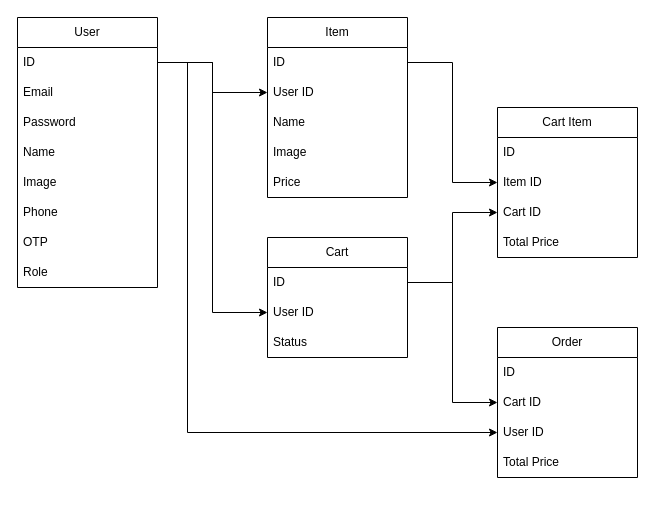
gemm123/qrin-api keeps this draw.io diagram as erd-qrin.drawio. Above is the earlier version. Source tidied: cells renumbered, new cells numbered last; positions are measured from the earlier drawing's top-left corner, leaving out a move shared by most shapes. Both pictures are drawn from the tidied source at 100%, with x=0, y=0 at pixel (17, 17).
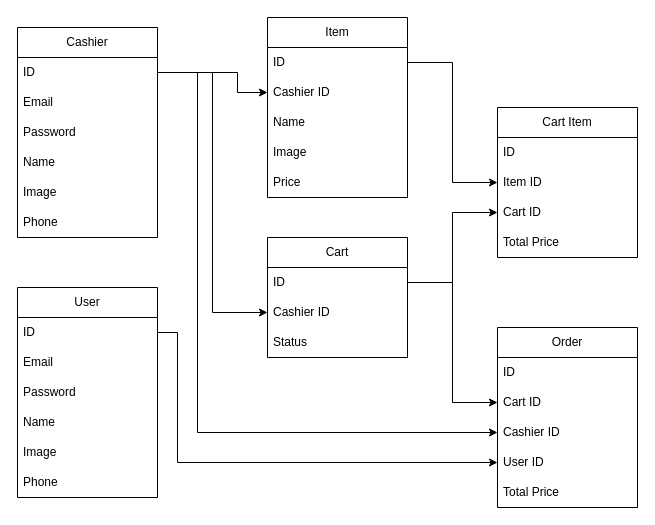
Above is the later version.

The change refers to these unchanged cells:
```xml
<mxCell id="3" value="ID" style="text;strokeColor=none;fillColor=none;align=left;verticalAlign=middle;spacingLeft=4;spacingRight=4;overflow=hidden;points=[[0,0.5],[1,0.5]];portConstraint=eastwest;whiteSpace=wrap;html=1;" parent="2" vertex="1">
  <mxGeometry y="30" width="140" height="30" as="geometry" />
</mxCell>
<mxCell id="11" value="Item" style="swimlane;fontStyle=0;horizontal=1;startSize=30;whiteSpace=wrap;html=1;" parent="1" vertex="1">
  <mxGeometry x="250" width="140" height="180" as="geometry" />
</mxCell>
<mxCell id="23" value="Cart" style="swimlane;fontStyle=0;horizontal=1;startSize=30;whiteSpace=wrap;html=1;" parent="1" vertex="1">
  <mxGeometry x="250" y="220" width="140" height="120" as="geometry" />
</mxCell>
```

The edit, as a diff of the source:
```diff
@@
     <mxCell id="2" value="User" style="swimlane;fontStyle=0;horizontal=1;startSize=30;whiteSpace=wrap;html=1;" parent="1" vertex="1">
-      <mxGeometry width="140" height="270" as="geometry" />
+      <mxGeometry y="270" width="140" height="210" as="geometry" />
     </mxCell>
@@
-    <mxCell id="9" value="OTP" style="text;strokeColor=none;fillColor=none;align=left;verticalAlign=middle;spacingLeft=4;spacingRight=4;overflow=hidden;whiteSpace=wrap;html=1;" parent="2" vertex="1">
-      <mxGeometry y="210" width="140" height="30" as="geometry" />
-    </mxCell>
-    <mxCell id="10" value="Role" style="text;strokeColor=none;fillColor=none;align=left;verticalAlign=middle;spacingLeft=4;spacingRight=4;overflow=hidden;whiteSpace=wrap;html=1;" parent="2" vertex="1">
-      <mxGeometry y="240" width="140" height="30" as="geometry" />
-    </mxCell>
@@
-    <mxCell id="13" value="User ID" style="text;strokeColor=none;fillColor=none;align=left;verticalAlign=middle;spacingLeft=4;spacingRight=4;overflow=hidden;points=[[0,0.5],[1,0.5]];portConstraint=eastwest;whiteSpace=wrap;html=1;" parent="11" vertex="1">
+    <mxCell id="13" value="Cashier ID" style="text;strokeColor=none;fillColor=none;align=left;verticalAlign=middle;spacingLeft=4;spacingRight=4;overflow=hidden;points=[[0,0.5],[1,0.5]];portConstraint=eastwest;whiteSpace=wrap;html=1;" parent="11" vertex="1">
       <mxGeometry y="60" width="140" height="30" as="geometry" />
     </mxCell>
@@
-    <mxCell id="17" style="edgeStyle=orthogonalEdgeStyle;rounded=0;jettySize=auto;html=1;exitX=1;exitY=0.5;exitDx=0;exitDy=0;entryX=0;entryY=0.5;entryDx=0;entryDy=0;" parent="1" edge="1" source="3" target="13">
-      <mxGeometry relative="1" as="geometry" />
+    <mxCell id="17" style="edgeStyle=orthogonalEdgeStyle;rounded=0;jettySize=auto;html=1;exitX=1;exitY=0.5;exitDx=0;exitDy=0;entryX=0;entryY=0.5;entryDx=0;entryDy=0;" parent="1" edge="1" source="39" target="13">
+      <mxGeometry relative="1" as="geometry">
+        <Array as="points">
+          <mxPoint x="220" y="55" />
+          <mxPoint x="220" y="75" />
+        </Array>
+      </mxGeometry>
     </mxCell>
@@
-    <mxCell id="25" value="User ID" style="text;strokeColor=none;fillColor=none;align=left;verticalAlign=middle;spacingLeft=4;spacingRight=4;overflow=hidden;points=[[0,0.5],[1,0.5]];portConstraint=eastwest;whiteSpace=wrap;html=1;" parent="23" vertex="1">
+    <mxCell id="25" value="Cashier ID" style="text;strokeColor=none;fillColor=none;align=left;verticalAlign=middle;spacingLeft=4;spacingRight=4;overflow=hidden;points=[[0,0.5],[1,0.5]];portConstraint=eastwest;whiteSpace=wrap;html=1;" parent="23" vertex="1">
       <mxGeometry y="60" width="140" height="30" as="geometry" />
     </mxCell>
@@
-    <mxCell id="27" style="edgeStyle=orthogonalEdgeStyle;rounded=0;jettySize=auto;html=1;exitX=1;exitY=0.5;exitDx=0;exitDy=0;entryX=0;entryY=0.5;entryDx=0;entryDy=0;" parent="1" edge="1" source="3" target="25">
+    <mxCell id="27" style="edgeStyle=orthogonalEdgeStyle;rounded=0;jettySize=auto;html=1;exitX=1;exitY=0.5;exitDx=0;exitDy=0;entryX=0;entryY=0.5;entryDx=0;entryDy=0;" parent="1" edge="1" source="39" target="25">
       <mxGeometry relative="1" as="geometry" />
     </mxCell>
@@
     <mxCell id="30" value="Order" style="swimlane;fontStyle=0;horizontal=1;startSize=30;whiteSpace=wrap;html=1;" parent="1" vertex="1">
-      <mxGeometry x="480" y="310" width="140" height="150" as="geometry" />
+      <mxGeometry x="480" y="310" width="140" height="180" as="geometry" />
     </mxCell>
@@
+    <mxCell id="37" value="Cashier ID" style="text;strokeColor=none;fillColor=none;align=left;verticalAlign=middle;spacingLeft=4;spacingRight=4;overflow=hidden;points=[[0,0.5],[1,0.5]];portConstraint=eastwest;whiteSpace=wrap;html=1;" parent="30" vertex="1">
+      <mxGeometry y="90" width="140" height="30" as="geometry" />
+    </mxCell>
     <mxCell id="33" value="User ID" style="text;strokeColor=none;fillColor=none;align=left;verticalAlign=middle;spacingLeft=4;spacingRight=4;overflow=hidden;points=[[0,0.5],[1,0.5]];portConstraint=eastwest;whiteSpace=wrap;html=1;" parent="30" vertex="1">
-      <mxGeometry y="90" width="140" height="30" as="geometry" />
+      <mxGeometry y="120" width="140" height="30" as="geometry" />
     </mxCell>
     <mxCell id="34" value="Total Price" style="text;strokeColor=none;fillColor=none;align=left;verticalAlign=middle;spacingLeft=4;spacingRight=4;overflow=hidden;whiteSpace=wrap;html=1;" parent="30" vertex="1">
-      <mxGeometry y="120" width="140" height="30" as="geometry" />
+      <mxGeometry y="150" width="140" height="30" as="geometry" />
     </mxCell>
@@
+    <mxCell id="38" value="Cashier" style="swimlane;fontStyle=0;horizontal=1;startSize=30;whiteSpace=wrap;html=1;" parent="1" vertex="1">
+      <mxGeometry y="10" width="140" height="210" as="geometry" />
+    </mxCell>
+    <mxCell id="39" value="ID" style="text;strokeColor=none;fillColor=none;align=left;verticalAlign=middle;spacingLeft=4;spacingRight=4;overflow=hidden;points=[[0,0.5],[1,0.5]];portConstraint=eastwest;whiteSpace=wrap;html=1;" parent="38" vertex="1">
+      <mxGeometry y="30" width="140" height="30" as="geometry" />
+    </mxCell>
+    <mxCell id="40" value="Email" style="text;strokeColor=none;fillColor=none;align=left;verticalAlign=middle;spacingLeft=4;spacingRight=4;overflow=hidden;whiteSpace=wrap;html=1;" parent="38" vertex="1">
+      <mxGeometry y="60" width="140" height="30" as="geometry" />
+    </mxCell>
+    <mxCell id="41" value="Password" style="text;strokeColor=none;fillColor=none;align=left;verticalAlign=middle;spacingLeft=4;spacingRight=4;overflow=hidden;whiteSpace=wrap;html=1;" parent="38" vertex="1">
+      <mxGeometry y="90" width="140" height="30" as="geometry" />
+    </mxCell>
+    <mxCell id="42" value="Name" style="text;strokeColor=none;fillColor=none;align=left;verticalAlign=middle;spacingLeft=4;spacingRight=4;overflow=hidden;whiteSpace=wrap;html=1;" parent="38" vertex="1">
+      <mxGeometry y="120" width="140" height="30" as="geometry" />
+    </mxCell>
+    <mxCell id="43" value="Image" style="text;strokeColor=none;fillColor=none;align=left;verticalAlign=middle;spacingLeft=4;spacingRight=4;overflow=hidden;whiteSpace=wrap;html=1;" parent="38" vertex="1">
+      <mxGeometry y="150" width="140" height="30" as="geometry" />
+    </mxCell>
+    <mxCell id="44" value="Phone" style="text;strokeColor=none;fillColor=none;align=left;verticalAlign=middle;spacingLeft=4;spacingRight=4;overflow=hidden;whiteSpace=wrap;html=1;" parent="38" vertex="1">
+      <mxGeometry y="180" width="140" height="30" as="geometry" />
+    </mxCell>
     <mxCell id="36" style="edgeStyle=orthogonalEdgeStyle;rounded=0;jettySize=auto;html=1;exitX=1;exitY=0.5;exitDx=0;exitDy=0;entryX=0;entryY=0.5;entryDx=0;entryDy=0;" parent="1" edge="1" source="3" target="33">
       <mxGeometry relative="1" as="geometry">
         <Array as="points">
-          <mxPoint x="170" y="45" />
-          <mxPoint x="170" y="415" />
+          <mxPoint x="160" y="315" />
+          <mxPoint x="160" y="445" />
         </Array>
       </mxGeometry>
     </mxCell>
+    <mxCell id="45" style="edgeStyle=orthogonalEdgeStyle;rounded=0;jettySize=auto;html=1;exitX=1;exitY=0.5;exitDx=0;exitDy=0;entryX=0;entryY=0.5;entryDx=0;entryDy=0;" parent="1" edge="1" source="39" target="37">
+      <mxGeometry relative="1" as="geometry">
+        <Array as="points">
+          <mxPoint x="180" y="55" />
+          <mxPoint x="180" y="415" />
+        </Array>
+      </mxGeometry>
+    </mxCell>
```
